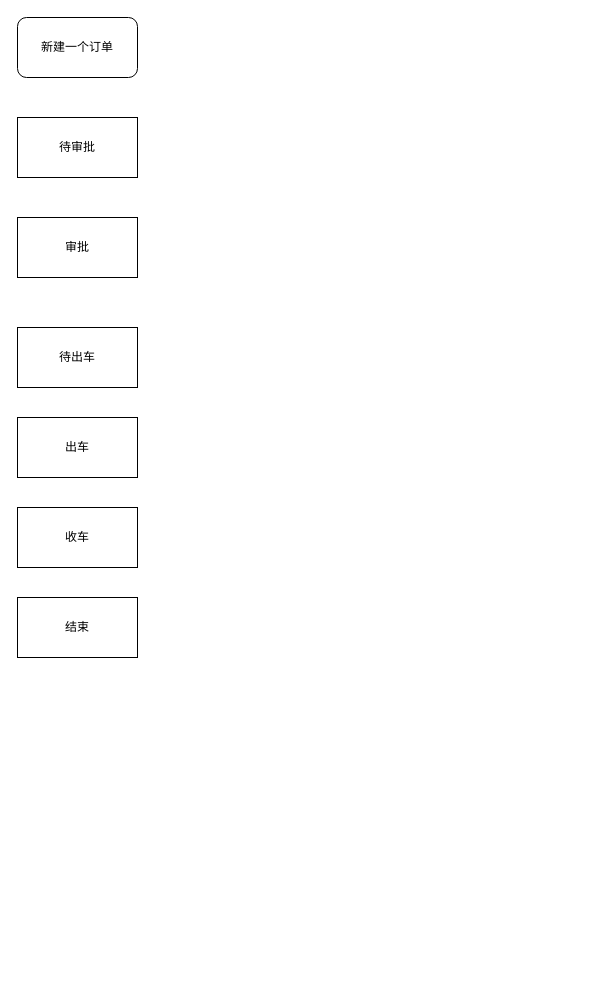
The draw.io diagram Untitled Diagram.drawio in yangrenqing/yangrenqing, before the edit. Source tidied: cells renumbered, new cells numbered last; positions are measured from the earlier drawing's top-left corner, leaving out a move shared by most shapes. Both pictures are drawn from the tidied source at 100%, with x=0, y=0 at pixel (17, 17).
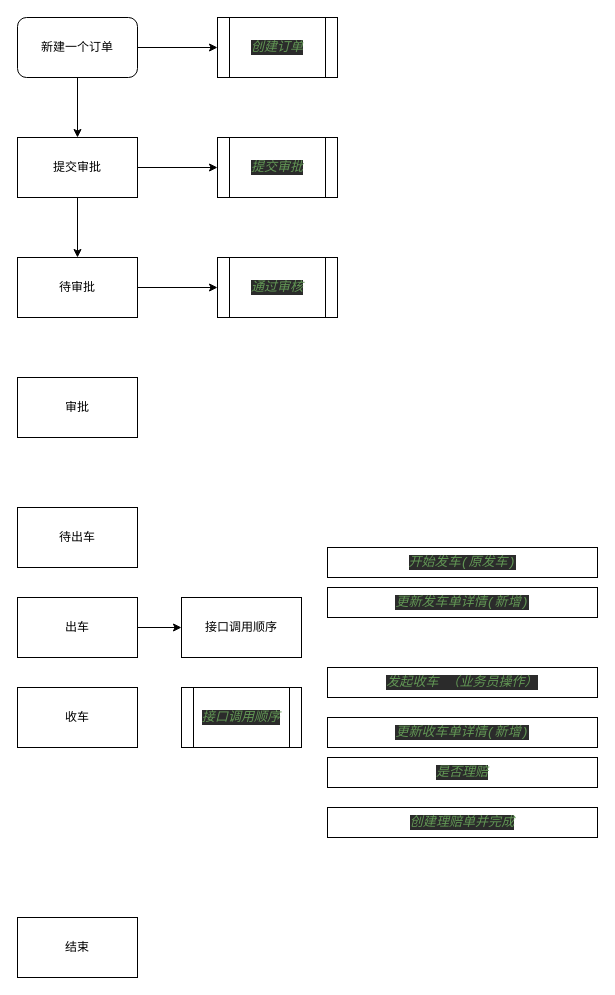
Above is the later version.

The change refers to these unchanged cells:
```xml
<mxCell id="2" value="新建一个订单" style="rounded=1;whiteSpace=wrap;html=1;" parent="1" vertex="1">
  <mxGeometry width="120" height="60" as="geometry" />
</mxCell>
```

The edit, as a diff of the source:
```diff
@@
+    <mxCell id="9" style="edgeStyle=orthogonalEdgeStyle;rounded=0;jettySize=auto;html=1;" parent="1" edge="1" source="2" target="16">
+      <mxGeometry relative="1" as="geometry" />
+    </mxCell>
+    <mxCell id="10" style="edgeStyle=orthogonalEdgeStyle;rounded=0;jettySize=auto;html=1;" parent="1" edge="1" source="2" target="19">
+      <mxGeometry relative="1" as="geometry" />
+    </mxCell>
@@
+    <mxCell id="11" style="edgeStyle=orthogonalEdgeStyle;rounded=0;jettySize=auto;html=1;" parent="1" edge="1" source="3" target="21">
+      <mxGeometry relative="1" as="geometry" />
+    </mxCell>
     <mxCell id="3" value="待审批" style="rounded=0;whiteSpace=wrap;html=1;" parent="1" vertex="1">
-      <mxGeometry y="100" width="120" height="60" as="geometry" />
+      <mxGeometry y="240" width="120" height="60" as="geometry" />
     </mxCell>
     <mxCell id="4" value="审批" style="rounded=0;whiteSpace=wrap;html=1;" parent="1" vertex="1">
-      <mxGeometry y="200" width="120" height="60" as="geometry" />
+      <mxGeometry y="360" width="120" height="60" as="geometry" />
     </mxCell>
     <mxCell id="5" value="待出车" style="rounded=0;whiteSpace=wrap;html=1;" parent="1" vertex="1">
-      <mxGeometry y="310" width="120" height="60" as="geometry" />
+      <mxGeometry y="490" width="120" height="60" as="geometry" />
     </mxCell>
+    <mxCell id="12" style="edgeStyle=orthogonalEdgeStyle;rounded=0;jettySize=auto;html=1;" parent="1" edge="1" source="6" target="13">
+      <mxGeometry relative="1" as="geometry" />
+    </mxCell>
     <mxCell id="6" value="出车" style="rounded=0;whiteSpace=wrap;html=1;" parent="1" vertex="1">
-      <mxGeometry y="400" width="120" height="60" as="geometry" />
+      <mxGeometry y="580" width="120" height="60" as="geometry" />
     </mxCell>
     <mxCell id="7" value="收车" style="rounded=0;whiteSpace=wrap;html=1;" parent="1" vertex="1">
-      <mxGeometry y="490" width="120" height="60" as="geometry" />
+      <mxGeometry y="670" width="120" height="60" as="geometry" />
     </mxCell>
     <mxCell id="8" value="结束" style="rounded=0;whiteSpace=wrap;html=1;" parent="1" vertex="1">
-      <mxGeometry y="580" width="120" height="60" as="geometry" />
+      <mxGeometry y="900" width="120" height="60" as="geometry" />
     </mxCell>
+    <mxCell id="13" value="接口调用顺序" style="rounded=0;whiteSpace=wrap;html=1;" parent="1" vertex="1">
+      <mxGeometry x="164" y="580" width="120" height="60" as="geometry" />
+    </mxCell>
+    <mxCell id="14" value="&lt;pre style=&quot;background-color: #2b2b2b ; color: #a9b7c6 ; font-family: &amp;#34;jetbrains mono&amp;#34; , monospace ; font-size: 9.8pt&quot;&gt;&lt;span style=&quot;color: #629755 ; font-style: italic&quot;&gt;开始发车(原发车)&lt;/span&gt;&lt;/pre&gt;" style="rounded=0;whiteSpace=wrap;html=1;" parent="1" vertex="1">
+      <mxGeometry x="310" y="530" width="270" height="30" as="geometry" />
+    </mxCell>
+    <mxCell id="15" value="&lt;pre style=&quot;background-color: #2b2b2b ; color: #a9b7c6 ; font-family: &amp;#34;jetbrains mono&amp;#34; , monospace ; font-size: 9.8pt&quot;&gt;&lt;span style=&quot;color: #629755 ; font-style: italic&quot;&gt;更新发车单详情(新增)&lt;/span&gt;&lt;/pre&gt;" style="rounded=0;whiteSpace=wrap;html=1;" parent="1" vertex="1">
+      <mxGeometry x="310" y="570" width="270" height="30" as="geometry" />
+    </mxCell>
+    <mxCell id="16" value="&lt;pre style=&quot;background-color: #2b2b2b ; color: #a9b7c6 ; font-family: &amp;#34;jetbrains mono&amp;#34; , monospace ; font-size: 9.8pt&quot;&gt;&lt;pre style=&quot;font-family: &amp;#34;jetbrains mono&amp;#34; , monospace ; font-size: 9.8pt&quot;&gt;&lt;span style=&quot;color: #629755 ; font-style: italic&quot;&gt;创建订单&lt;/span&gt;&lt;/pre&gt;&lt;/pre&gt;" style="shape=process;whiteSpace=wrap;html=1;backgroundOutline=1;" parent="1" vertex="1">
+      <mxGeometry x="200" width="120" height="60" as="geometry" />
+    </mxCell>
+    <mxCell id="17" style="edgeStyle=orthogonalEdgeStyle;rounded=0;jettySize=auto;html=1;" parent="1" edge="1" source="19" target="20">
+      <mxGeometry relative="1" as="geometry" />
+    </mxCell>
+    <mxCell id="18" style="edgeStyle=orthogonalEdgeStyle;rounded=0;jettySize=auto;html=1;" parent="1" edge="1" source="19" target="3">
+      <mxGeometry relative="1" as="geometry" />
+    </mxCell>
+    <mxCell id="19" value="提交审批" style="rounded=0;whiteSpace=wrap;html=1;" parent="1" vertex="1">
+      <mxGeometry y="120" width="120" height="60" as="geometry" />
+    </mxCell>
+    <mxCell id="20" value="&lt;pre style=&quot;background-color: #2b2b2b ; color: #a9b7c6 ; font-family: &amp;#34;jetbrains mono&amp;#34; , monospace ; font-size: 9.8pt&quot;&gt;&lt;pre style=&quot;font-family: &amp;#34;jetbrains mono&amp;#34; , monospace ; font-size: 9.8pt&quot;&gt;&lt;pre style=&quot;font-family: &amp;#34;jetbrains mono&amp;#34; , monospace ; font-size: 9.8pt&quot;&gt;&lt;span style=&quot;color: #629755 ; font-style: italic&quot;&gt;提交审批&lt;/span&gt;&lt;/pre&gt;&lt;/pre&gt;&lt;/pre&gt;" style="shape=process;whiteSpace=wrap;html=1;backgroundOutline=1;" parent="1" vertex="1">
+      <mxGeometry x="200" y="120" width="120" height="60" as="geometry" />
+    </mxCell>
+    <mxCell id="21" value="&lt;pre style=&quot;background-color: #2b2b2b ; color: #a9b7c6 ; font-family: &amp;#34;jetbrains mono&amp;#34; , monospace ; font-size: 9.8pt&quot;&gt;&lt;pre style=&quot;font-family: &amp;#34;jetbrains mono&amp;#34; , monospace ; font-size: 9.8pt&quot;&gt;&lt;pre style=&quot;font-family: &amp;#34;jetbrains mono&amp;#34; , monospace ; font-size: 9.8pt&quot;&gt;&lt;pre style=&quot;font-family: &amp;#34;jetbrains mono&amp;#34; , monospace ; font-size: 9.8pt&quot;&gt;&lt;span style=&quot;color: #629755 ; font-style: italic&quot;&gt;通过审核&lt;/span&gt;&lt;/pre&gt;&lt;/pre&gt;&lt;/pre&gt;&lt;/pre&gt;" style="shape=process;whiteSpace=wrap;html=1;backgroundOutline=1;" parent="1" vertex="1">
+      <mxGeometry x="200" y="240" width="120" height="60" as="geometry" />
+    </mxCell>
+    <mxCell id="22" value="&lt;pre style=&quot;background-color: #2b2b2b ; color: #a9b7c6 ; font-family: &amp;#34;jetbrains mono&amp;#34; , monospace ; font-size: 9.8pt&quot;&gt;&lt;pre style=&quot;font-family: &amp;#34;jetbrains mono&amp;#34; , monospace ; font-size: 9.8pt&quot;&gt;&lt;pre style=&quot;font-family: &amp;#34;jetbrains mono&amp;#34; , monospace ; font-size: 9.8pt&quot;&gt;&lt;pre style=&quot;font-family: &amp;#34;jetbrains mono&amp;#34; , monospace ; font-size: 9.8pt&quot;&gt;&lt;span style=&quot;color: #629755 ; font-style: italic&quot;&gt;接口调用顺序&lt;/span&gt;&lt;/pre&gt;&lt;/pre&gt;&lt;/pre&gt;&lt;/pre&gt;" style="shape=process;whiteSpace=wrap;html=1;backgroundOutline=1;" parent="1" vertex="1">
+      <mxGeometry x="164" y="670" width="120" height="60" as="geometry" />
+    </mxCell>
+    <mxCell id="23" value="&lt;pre style=&quot;background-color: #2b2b2b ; color: #a9b7c6 ; font-family: &amp;#34;jetbrains mono&amp;#34; , monospace ; font-size: 9.8pt&quot;&gt;&lt;pre style=&quot;font-family: &amp;#34;jetbrains mono&amp;#34; , monospace ; font-size: 9.8pt&quot;&gt;&lt;span style=&quot;color: #629755 ; font-style: italic&quot;&gt;发起收车 （业务员操作）&lt;/span&gt;&lt;/pre&gt;&lt;/pre&gt;" style="rounded=0;whiteSpace=wrap;html=1;" parent="1" vertex="1">
+      <mxGeometry x="310" y="650" width="270" height="30" as="geometry" />
+    </mxCell>
+    <mxCell id="24" value="&lt;pre style=&quot;background-color: #2b2b2b ; color: #a9b7c6 ; font-family: &amp;#34;jetbrains mono&amp;#34; , monospace ; font-size: 9.8pt&quot;&gt;&lt;span style=&quot;color: #629755 ; font-style: italic&quot;&gt;更新收车单详情(新增)&lt;/span&gt;&lt;/pre&gt;" style="rounded=0;whiteSpace=wrap;html=1;" parent="1" vertex="1">
+      <mxGeometry x="310" y="700" width="270" height="30" as="geometry" />
+    </mxCell>
+    <mxCell id="25" value="&lt;pre style=&quot;background-color: #2b2b2b ; color: #a9b7c6 ; font-family: &amp;#34;jetbrains mono&amp;#34; , monospace ; font-size: 9.8pt&quot;&gt;&lt;span style=&quot;color: #629755 ; font-style: italic&quot;&gt;是否理赔&lt;/span&gt;&lt;/pre&gt;" style="rounded=0;whiteSpace=wrap;html=1;" parent="1" vertex="1">
+      <mxGeometry x="310" y="740" width="270" height="30" as="geometry" />
+    </mxCell>
+    <mxCell id="26" value="&lt;pre style=&quot;background-color: #2b2b2b ; color: #a9b7c6 ; font-family: &amp;#34;jetbrains mono&amp;#34; , monospace ; font-size: 9.8pt&quot;&gt;&lt;span style=&quot;color: #629755 ; font-style: italic&quot;&gt;创建理赔单并完成&lt;/span&gt;&lt;/pre&gt;" style="rounded=0;whiteSpace=wrap;html=1;" parent="1" vertex="1">
+      <mxGeometry x="310" y="790" width="270" height="30" as="geometry" />
+    </mxCell>
```
